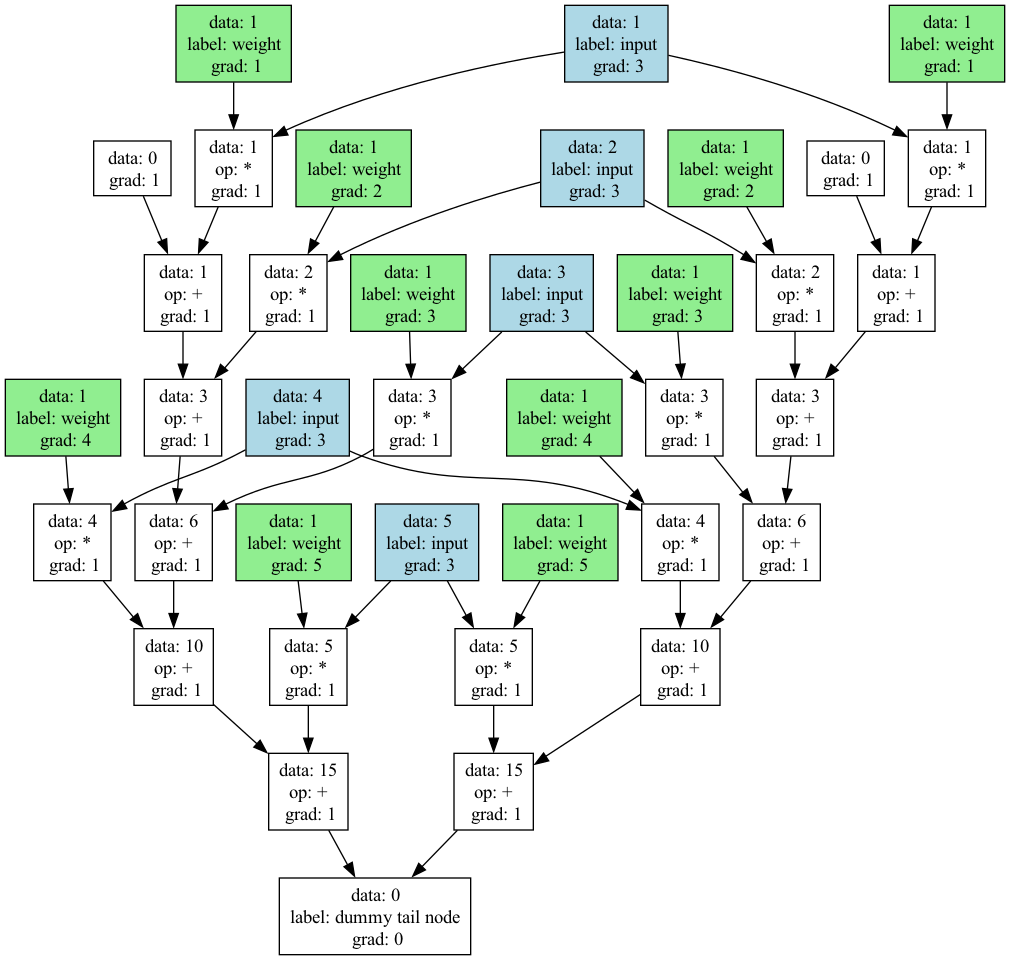
Earlier version of the Graphviz export expression_graph.png (rshah918/Shahgrad). Its source is kept beside it as expression_graph.dot.
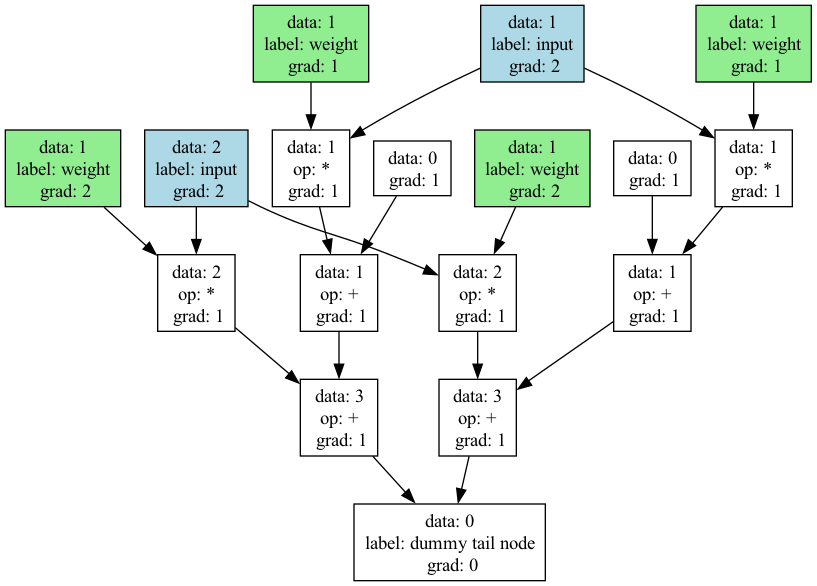
The same file after the commit.

Change to the diagram source:
```diff
@@ -1,120 +1,54 @@
 digraph ExpressionGraph {
-  6092926560 [label="data: 0\nlabel: dummy tail node
+  6165950064 [label="data: 0\nlabel: dummy tail node
  grad: 0", shape=box, style=filled, fillcolor=none];
-  5762990240 -> 6092926560;
-  5762990976 -> 6092926560;
-  5762990240 [label="data: 15\nop: +
+  5795497648 -> 6165950064;
+  5795498096 -> 6165950064;
+  5795497648 [label="data: 3\nop: +
  grad: 1", shape=box, style=filled, fillcolor=none];
-  5762993360 -> 5762990240;
-  5762993152 -> 5762990240;
-  5762990976 [label="data: 15\nop: +
+  5795498784 -> 5795497648;
+  5795498576 -> 5795497648;
+  5795498096 [label="data: 3\nop: +
  grad: 1", shape=box, style=filled, fillcolor=none];
-  5762995552 -> 5762990976;
-  5762995344 -> 5762990976;
-  5762993360 [label="data: 5\nop: *
+  5795499728 -> 5795498096;
+  5795499520 -> 5795498096;
+  5795498784 [label="data: 2\nop: *
  grad: 1", shape=box, style=filled, fillcolor=none];
-  5745165536 -> 5762993360;
-  5762990784 -> 5762993360;
-  5762993152 [label="data: 10\nop: +
+  5795496512 -> 5795498784;
+  5795497856 -> 5795498784;
+  5795498576 [label="data: 1\nop: +
  grad: 1", shape=box, style=filled, fillcolor=none];
-  5762992944 -> 5762993152;
-  5762992736 -> 5762993152;
-  5762995552 [label="data: 5\nop: *
+  5795498384 -> 5795498576;
+  5795498288 -> 5795498576;
+  5795499728 [label="data: 2\nop: *
  grad: 1", shape=box, style=filled, fillcolor=none];
-  5745165536 -> 5762995552;
-  5762991488 -> 5762995552;
-  5762995344 [label="data: 10\nop: +
+  5795496512 -> 5795499728;
+  5795498192 -> 5795499728;
+  5795499520 [label="data: 1\nop: +
  grad: 1", shape=box, style=filled, fillcolor=none];
-  5762995136 -> 5762995344;
-  5762994928 -> 5762995344;
-  5745165536 [label="data: 5\nlabel: input
- grad: 3", shape=box, style=filled, fillcolor=lightblue];
-  5762990784 [label="data: 1\nlabel: weight
- grad: 5", shape=box, style=filled, fillcolor=lightgreen];
-  5762992944 [label="data: 4\nop: *
+  5795499296 -> 5795499520;
+  5795499200 -> 5795499520;
+  5795496512 [label="data: 2\nlabel: input
+ grad: 2", shape=box, style=filled, fillcolor=lightblue];
+  5795497856 [label="data: 1\nlabel: weight
+ grad: 2", shape=box, style=filled, fillcolor=lightgreen];
+  5795498384 [label="data: 1\nop: *
  grad: 1", shape=box, style=filled, fillcolor=none];
-  5745165440 -> 5762992944;
-  5762990688 -> 5762992944;
-  5762992736 [label="data: 6\nop: +
+  5795496416 -> 5795498384;
+  5795497744 -> 5795498384;
+  5795498288 [label="data: 0
  grad: 1", shape=box, style=filled, fillcolor=none];
-  5762992528 -> 5762992736;
-  5762992320 -> 5762992736;
-  5762991488 [label="data: 1\nlabel: weight
- grad: 5", shape=box, style=filled, fillcolor=lightgreen];
-  5762995136 [label="data: 4\nop: *
+  5795498192 [label="data: 1\nlabel: weight
+ grad: 2", shape=box, style=filled, fillcolor=lightgreen];
+  5795499296 [label="data: 1\nop: *
  grad: 1", shape=box, style=filled, fillcolor=none];
-  5745165440 -> 5762995136;
-  5762991392 -> 5762995136;
-  5762994928 [label="data: 6\nop: +
+  5795496416 -> 5795499296;
+  5795497968 -> 5795499296;
+  5795499200 [label="data: 0
  grad: 1", shape=box, style=filled, fillcolor=none];
-  5762994720 -> 5762994928;
-  5762994512 -> 5762994928;
-  5745165440 [label="data: 4\nlabel: input
- grad: 3", shape=box, style=filled, fillcolor=lightblue];
-  5762990688 [label="data: 1\nlabel: weight
- grad: 4", shape=box, style=filled, fillcolor=lightgreen];
-  5762992528 [label="data: 3\nop: *
- grad: 1", shape=box, style=filled, fillcolor=none];
-  5745165344 -> 5762992528;
-  5762990560 -> 5762992528;
-  5762992320 [label="data: 3\nop: +
- grad: 1", shape=box, style=filled, fillcolor=none];
-  5762992128 -> 5762992320;
-  5762991936 -> 5762992320;
-  5762991392 [label="data: 1\nlabel: weight
- grad: 4", shape=box, style=filled, fillcolor=lightgreen];
-  5762994720 [label="data: 3\nop: *
- grad: 1", shape=box, style=filled, fillcolor=none];
-  5745165344 -> 5762994720;
-  5762991296 -> 5762994720;
-  5762994512 [label="data: 3\nop: +
- grad: 1", shape=box, style=filled, fillcolor=none];
-  5762994304 -> 5762994512;
-  5762994096 -> 5762994512;
-  5745165344 [label="data: 3\nlabel: input
- grad: 3", shape=box, style=filled, fillcolor=lightblue];
-  5762990560 [label="data: 1\nlabel: weight
- grad: 3", shape=box, style=filled, fillcolor=lightgreen];
-  5762992128 [label="data: 2\nop: *
- grad: 1", shape=box, style=filled, fillcolor=none];
-  5745165248 -> 5762992128;
-  5762990448 -> 5762992128;
-  5762991936 [label="data: 1\nop: +
- grad: 1", shape=box, style=filled, fillcolor=none];
-  5762991744 -> 5762991936;
-  5762991648 -> 5762991936;
-  5762991296 [label="data: 1\nlabel: weight
- grad: 3", shape=box, style=filled, fillcolor=lightgreen];
-  5762994304 [label="data: 2\nop: *
- grad: 1", shape=box, style=filled, fillcolor=none];
-  5745165248 -> 5762994304;
-  5762991184 -> 5762994304;
-  5762994096 [label="data: 1\nop: +
- grad: 1", shape=box, style=filled, fillcolor=none];
-  5762993872 -> 5762994096;
-  5762993776 -> 5762994096;
-  5745165248 [label="data: 2\nlabel: input
- grad: 3", shape=box, style=filled, fillcolor=lightblue];
-  5762990448 [label="data: 1\nlabel: weight
- grad: 2", shape=box, style=filled, fillcolor=lightgreen];
-  5762991744 [label="data: 1\nop: *
- grad: 1", shape=box, style=filled, fillcolor=none];
-  5745165152 -> 5762991744;
-  5762990336 -> 5762991744;
-  5762991648 [label="data: 0
- grad: 1", shape=box, style=filled, fillcolor=none];
-  5762991184 [label="data: 1\nlabel: weight
- grad: 2", shape=box, style=filled, fillcolor=lightgreen];
-  5762993872 [label="data: 1\nop: *
- grad: 1", shape=box, style=filled, fillcolor=none];
-  5745165152 -> 5762993872;
-  5762991072 -> 5762993872;
-  5762993776 [label="data: 0
- grad: 1", shape=box, style=filled, fillcolor=none];
-  5745165152 [label="data: 1\nlabel: input
- grad: 3", shape=box, style=filled, fillcolor=lightblue];
-  5762990336 [label="data: 1\nlabel: weight
+  5795496416 [label="data: 1\nlabel: input
+ grad: 2", shape=box, style=filled, fillcolor=lightblue];
+  5795497744 [label="data: 1\nlabel: weight
  grad: 1", shape=box, style=filled, fillcolor=lightgreen];
-  5762991072 [label="data: 1\nlabel: weight
+  5795497968 [label="data: 1\nlabel: weight
  grad: 1", shape=box, style=filled, fillcolor=lightgreen];
 }
```
